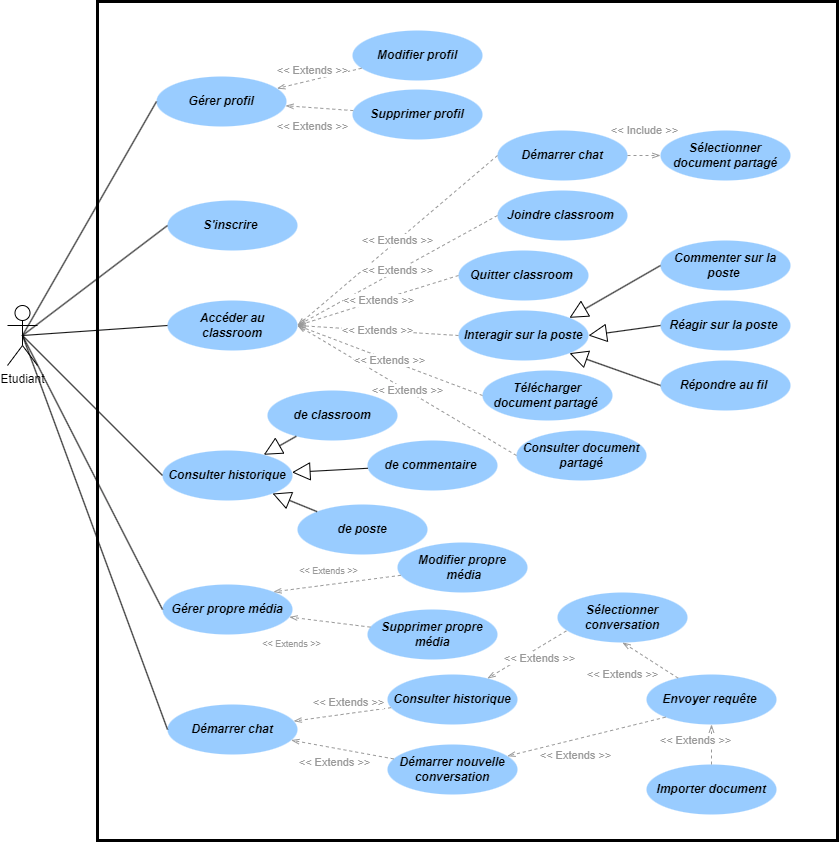
The draw.io diagram docs/images/chp3/fig3.png in undrstnd-labs/education, before a commit. Source tidied: cells renumbered, new cells last; positions are measured from the earlier drawing's top-left corner, leaving out a move shared by most shapes.
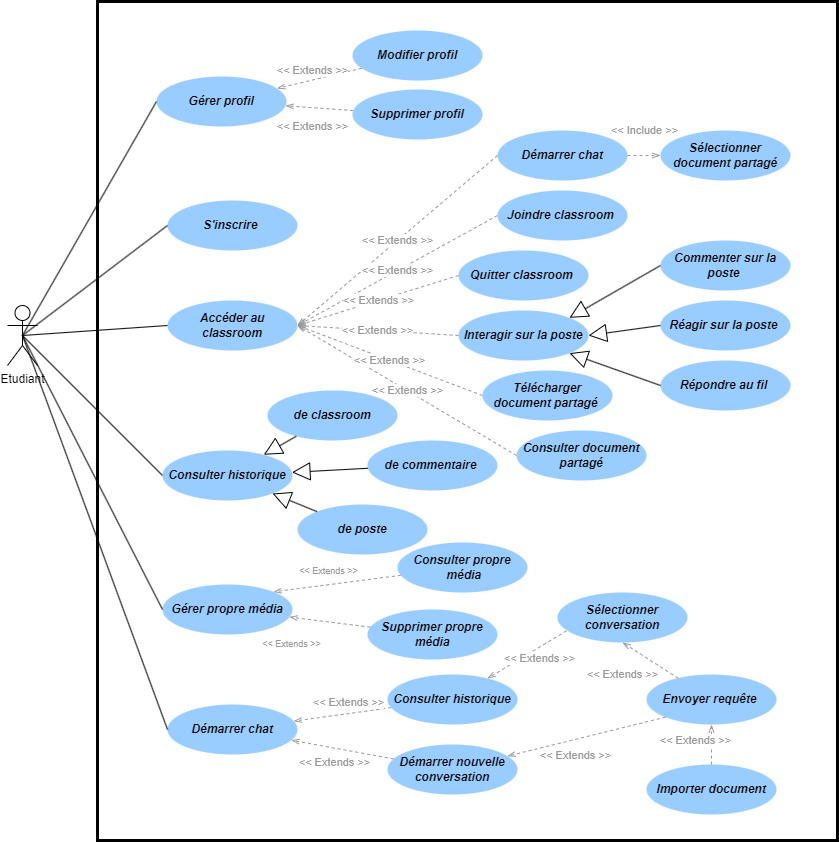
After the commit.

Change to the diagram source:
```diff
@@ -137,7 +137,7 @@
     <mxCell id="46" value="&lt;font color=&quot;#999999&quot;&gt;&amp;lt;&amp;lt; Extends &amp;gt;&amp;gt;&lt;/font&gt;" style="endArrow=openThin;endFill=0;html=1;rounded=0;dashed=1;strokeColor=#999999;exitX=0.068;exitY=0.768;exitDx=0;exitDy=0;exitPerimeter=0;" parent="1" edge="1" source="45" target="36">
       <mxGeometry x="-0.2" y="10" relative="1" as="geometry" />
     </mxCell>
-    <mxCell id="47" value="&lt;b style=&quot;border-color: var(--border-color);&quot;&gt;&lt;i style=&quot;border-color: var(--border-color);&quot;&gt;Modifier propre&lt;/i&gt;&lt;/b&gt;&lt;div&gt;&lt;b style=&quot;border-color: var(--border-color);&quot;&gt;&lt;i style=&quot;border-color: var(--border-color);&quot;&gt;&amp;nbsp;média&lt;/i&gt;&lt;/b&gt;&lt;/div&gt;" style="ellipse;whiteSpace=wrap;html=1;shadow=0;fillColor=#99ccff;strokeColor=none;" parent="1" vertex="1">
+    <mxCell id="47" value="&lt;b style=&quot;border-color: var(--border-color);&quot;&gt;&lt;i style=&quot;border-color: var(--border-color);&quot;&gt;Consulter propre&lt;/i&gt;&lt;/b&gt;&lt;div&gt;&lt;b style=&quot;border-color: var(--border-color);&quot;&gt;&lt;i style=&quot;border-color: var(--border-color);&quot;&gt;&amp;nbsp;média&lt;/i&gt;&lt;/b&gt;&lt;/div&gt;" style="ellipse;whiteSpace=wrap;html=1;shadow=0;fillColor=#99ccff;strokeColor=none;" parent="1" vertex="1">
       <mxGeometry x="390" y="541" width="130" height="50" as="geometry" />
     </mxCell>
     <mxCell id="48" value="&lt;b style=&quot;border-color: var(--border-color);&quot;&gt;&lt;i style=&quot;border-color: var(--border-color);&quot;&gt;Supprimer propre média&lt;/i&gt;&lt;/b&gt;" style="ellipse;whiteSpace=wrap;html=1;shadow=0;fillColor=#99ccff;strokeColor=none;" parent="1" vertex="1">
```
